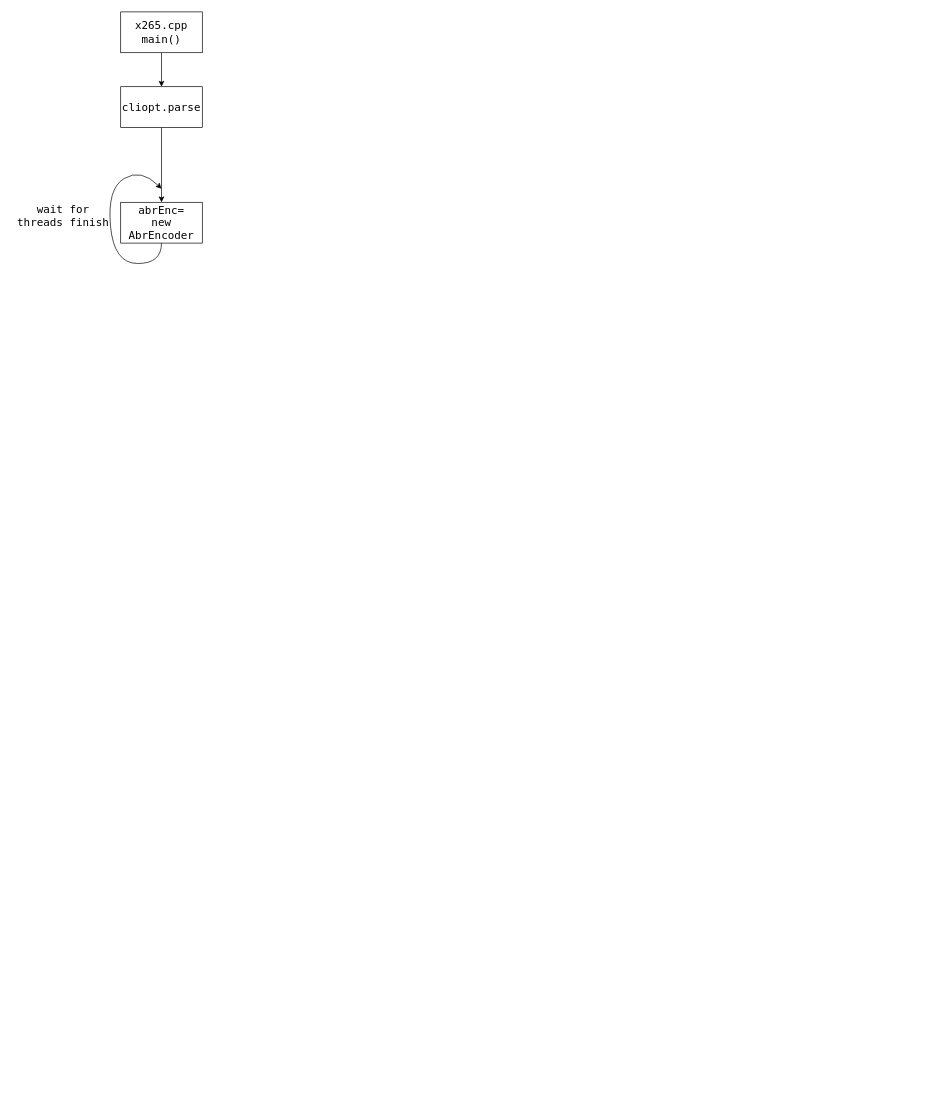
Joeyrr/draw.io keeps this draw.io diagram as XML/compressInterCU.drawio. Above is the earlier version. Source tidied: cells renumbered, new cells numbered last; positions are measured from the earlier drawing's top-left corner, leaving out a move shared by most shapes. Both pictures are drawn from the tidied source at 68%, with x=0, y=0 at pixel (12, 12).
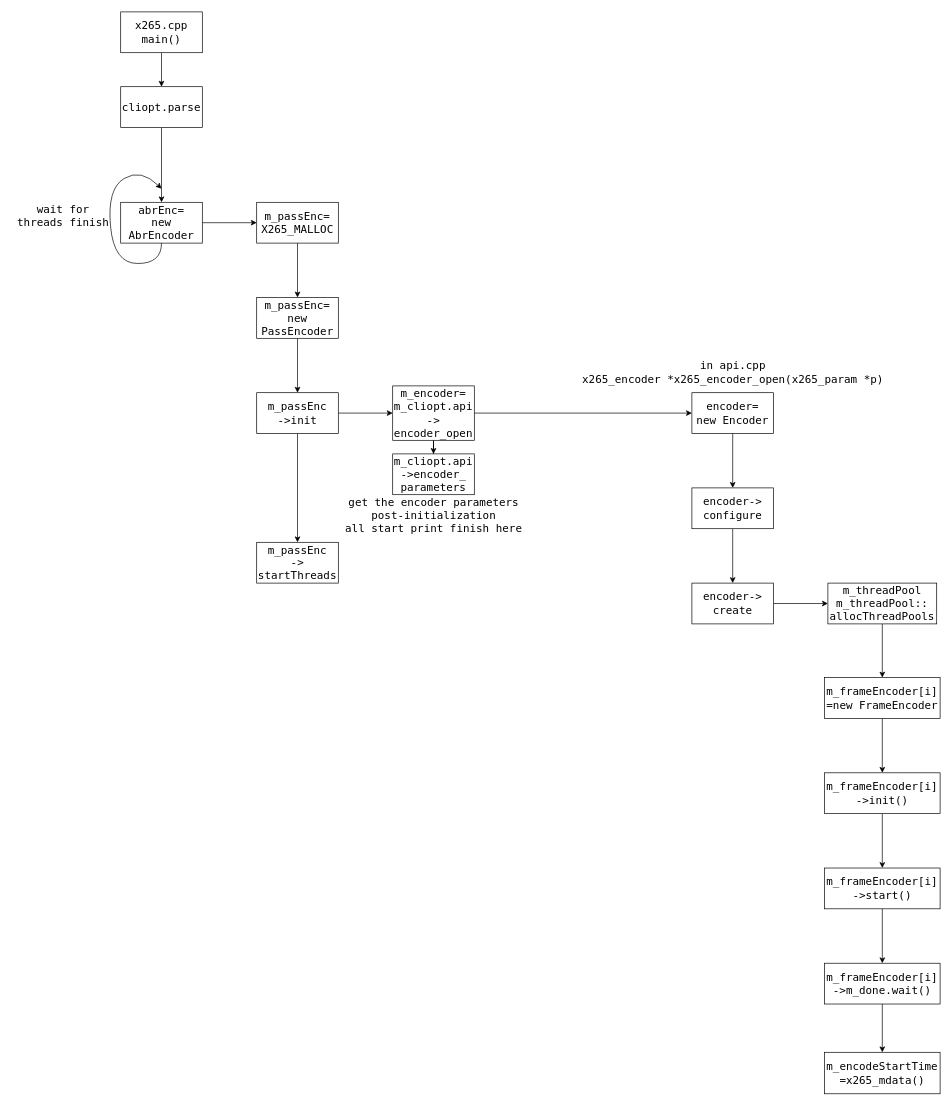
After the change.

The change refers to these unchanged cells:
```xml
<mxCell id="6" value="abrEnc=&lt;br&gt;new AbrEncoder" style="whiteSpace=wrap;html=1;fontSize=16;fontFamily=Lucida Console;rounded=0;" parent="1" vertex="1">
  <mxGeometry x="160" y="280" width="120" height="60" as="geometry" />
</mxCell>
```

The edit, as a diff of the source:
```diff
@@
+    <mxCell id="9" style="edgeStyle=orthogonalEdgeStyle;rounded=0;jettySize=auto;html=1;fontFamily=Lucida Console;fontSize=16;" parent="1" edge="1" source="6" target="11">
+      <mxGeometry relative="1" as="geometry" />
+    </mxCell>
@@
+    <mxCell id="10" style="edgeStyle=orthogonalEdgeStyle;rounded=0;jettySize=auto;html=1;fontFamily=Lucida Console;fontSize=16;" parent="1" edge="1" source="11" target="13">
+      <mxGeometry relative="1" as="geometry" />
+    </mxCell>
+    <mxCell id="11" value="m_passEnc=&lt;br&gt;X265_MALLOC" style="whiteSpace=wrap;html=1;fontSize=16;fontFamily=Lucida Console;rounded=0;" parent="1" vertex="1">
+      <mxGeometry x="360" y="280" width="120" height="60" as="geometry" />
+    </mxCell>
+    <mxCell id="12" style="edgeStyle=orthogonalEdgeStyle;rounded=0;jettySize=auto;html=1;fontFamily=Lucida Console;fontSize=16;" parent="1" edge="1" source="13" target="16">
+      <mxGeometry relative="1" as="geometry" />
+    </mxCell>
+    <mxCell id="13" value="m_passEnc=&lt;br&gt;new&lt;br&gt;PassEncoder" style="whiteSpace=wrap;html=1;fontSize=16;fontFamily=Lucida Console;rounded=0;" parent="1" vertex="1">
+      <mxGeometry x="360" y="420" width="120" height="60" as="geometry" />
+    </mxCell>
+    <mxCell id="14" style="edgeStyle=orthogonalEdgeStyle;rounded=0;jettySize=auto;html=1;fontFamily=Lucida Console;fontSize=16;" parent="1" edge="1" source="16" target="17">
+      <mxGeometry relative="1" as="geometry" />
+    </mxCell>
+    <mxCell id="15" style="edgeStyle=orthogonalEdgeStyle;rounded=0;jettySize=auto;html=1;fontFamily=Lucida Console;fontSize=16;" parent="1" edge="1" source="16" target="20">
+      <mxGeometry relative="1" as="geometry" />
+    </mxCell>
+    <mxCell id="16" value="m_passEnc&lt;br&gt;-&amp;gt;init" style="whiteSpace=wrap;html=1;fontSize=16;fontFamily=Lucida Console;rounded=0;" parent="1" vertex="1">
+      <mxGeometry x="360" y="560" width="120" height="60" as="geometry" />
+    </mxCell>
+    <mxCell id="17" value="m_passEnc&lt;br&gt;-&amp;gt;&lt;br&gt;startThreads" style="whiteSpace=wrap;html=1;fontSize=16;fontFamily=Lucida Console;rounded=0;" parent="1" vertex="1">
+      <mxGeometry x="360" y="780" width="120" height="60" as="geometry" />
+    </mxCell>
+    <mxCell id="18" style="edgeStyle=orthogonalEdgeStyle;rounded=0;jettySize=auto;html=1;fontFamily=Lucida Console;fontSize=16;" parent="1" edge="1" source="20" target="21">
+      <mxGeometry relative="1" as="geometry" />
+    </mxCell>
+    <mxCell id="19" style="edgeStyle=orthogonalEdgeStyle;rounded=0;jettySize=auto;html=1;fontFamily=Lucida Console;fontSize=16;" parent="1" edge="1" source="20" target="24">
+      <mxGeometry relative="1" as="geometry" />
+    </mxCell>
+    <mxCell id="20" value="m_encoder=&lt;br&gt;m_cliopt.api&lt;br&gt;-&amp;gt;&lt;br&gt;encoder_open" style="whiteSpace=wrap;html=1;fontSize=16;fontFamily=Lucida Console;rounded=0;" parent="1" vertex="1">
+      <mxGeometry x="560" y="550" width="120" height="80" as="geometry" />
+    </mxCell>
+    <mxCell id="21" value="m_cliopt.api&lt;br&gt;-&amp;gt;encoder_&lt;br&gt;parameters" style="whiteSpace=wrap;html=1;fontSize=16;fontFamily=Lucida Console;rounded=0;" parent="1" vertex="1">
+      <mxGeometry x="560" y="650" width="120" height="60" as="geometry" />
+    </mxCell>
+    <mxCell id="22" value="get the encoder parameters &lt;br&gt;post-initialization&lt;br&gt;all start print finish here" style="text;html=1;align=center;verticalAlign=middle;fillColor=none;strokeColor=none;rounded=0;fontFamily=Lucida Console;fontSize=16;" parent="1" vertex="1">
+      <mxGeometry x="480" y="710" width="280" height="60" as="geometry" />
+    </mxCell>
+    <mxCell id="23" style="edgeStyle=orthogonalEdgeStyle;rounded=0;jettySize=auto;html=1;fontFamily=Lucida Console;fontSize=16;" parent="1" edge="1" source="24" target="27">
+      <mxGeometry relative="1" as="geometry" />
+    </mxCell>
+    <mxCell id="24" value="encoder=&lt;br&gt;new Encoder" style="whiteSpace=wrap;html=1;fontSize=16;fontFamily=Lucida Console;rounded=0;" parent="1" vertex="1">
+      <mxGeometry x="1000" y="560" width="120" height="60" as="geometry" />
+    </mxCell>
+    <mxCell id="25" value="in api.cpp&lt;br&gt;x265_encoder *x265_encoder_open(x265_param *p)" style="text;html=1;align=center;verticalAlign=middle;fillColor=none;strokeColor=none;rounded=0;fontFamily=Lucida Console;fontSize=16;" parent="1" vertex="1">
+      <mxGeometry x="830" y="510" width="460" height="40" as="geometry" />
+    </mxCell>
+    <mxCell id="26" style="edgeStyle=orthogonalEdgeStyle;rounded=0;jettySize=auto;html=1;fontFamily=Lucida Console;fontSize=16;" parent="1" edge="1" source="27" target="29">
+      <mxGeometry relative="1" as="geometry" />
+    </mxCell>
+    <mxCell id="27" value="encoder-&amp;gt;&lt;br&gt;configure" style="whiteSpace=wrap;html=1;fontSize=16;fontFamily=Lucida Console;rounded=0;" parent="1" vertex="1">
+      <mxGeometry x="1000" y="700" width="120" height="60" as="geometry" />
+    </mxCell>
+    <mxCell id="28" style="edgeStyle=orthogonalEdgeStyle;rounded=0;jettySize=auto;html=1;fontFamily=Lucida Console;fontSize=16;" parent="1" edge="1" source="29" target="31">
+      <mxGeometry relative="1" as="geometry" />
+    </mxCell>
+    <mxCell id="29" value="encoder-&amp;gt;&lt;br&gt;create" style="whiteSpace=wrap;html=1;fontSize=16;fontFamily=Lucida Console;rounded=0;" parent="1" vertex="1">
+      <mxGeometry x="1000" y="840" width="120" height="60" as="geometry" />
+    </mxCell>
+    <mxCell id="30" style="edgeStyle=orthogonalEdgeStyle;rounded=0;jettySize=auto;html=1;fontFamily=Lucida Console;fontSize=16;" parent="1" edge="1" source="31" target="33">
+      <mxGeometry relative="1" as="geometry" />
+    </mxCell>
+    <mxCell id="31" value="m_threadPool&lt;br&gt;m_threadPool::&lt;br&gt;allocThreadPools" style="whiteSpace=wrap;html=1;fontSize=16;fontFamily=Lucida Console;rounded=0;" parent="1" vertex="1">
+      <mxGeometry x="1200" y="840" width="160" height="60" as="geometry" />
+    </mxCell>
+    <mxCell id="32" style="edgeStyle=orthogonalEdgeStyle;rounded=0;jettySize=auto;html=1;fontFamily=Lucida Console;fontSize=16;" parent="1" edge="1" source="33" target="35">
+      <mxGeometry relative="1" as="geometry" />
+    </mxCell>
+    <mxCell id="33" value="m_frameEncoder[i]&lt;br&gt;=new FrameEncoder" style="whiteSpace=wrap;html=1;fontSize=16;fontFamily=Lucida Console;rounded=0;" parent="1" vertex="1">
+      <mxGeometry x="1195" y="979" width="170" height="60" as="geometry" />
+    </mxCell>
+    <mxCell id="34" style="edgeStyle=orthogonalEdgeStyle;rounded=0;jettySize=auto;html=1;fontFamily=Lucida Console;fontSize=16;" parent="1" edge="1" source="35" target="37">
+      <mxGeometry relative="1" as="geometry" />
+    </mxCell>
+    <mxCell id="35" value="m_frameEncoder[i]&lt;br&gt;-&amp;gt;init()" style="whiteSpace=wrap;html=1;fontSize=16;fontFamily=Lucida Console;rounded=0;" parent="1" vertex="1">
+      <mxGeometry x="1195" y="1119" width="170" height="60" as="geometry" />
+    </mxCell>
+    <mxCell id="36" style="edgeStyle=orthogonalEdgeStyle;rounded=0;jettySize=auto;html=1;fontFamily=Lucida Console;fontSize=16;" parent="1" edge="1" source="37" target="39">
+      <mxGeometry relative="1" as="geometry" />
+    </mxCell>
+    <mxCell id="37" value="m_frameEncoder[i]&lt;br&gt;-&amp;gt;start()" style="whiteSpace=wrap;html=1;fontSize=16;fontFamily=Lucida Console;rounded=0;" parent="1" vertex="1">
+      <mxGeometry x="1195" y="1259" width="170" height="60" as="geometry" />
+    </mxCell>
+    <mxCell id="38" style="edgeStyle=orthogonalEdgeStyle;rounded=0;jettySize=auto;html=1;fontFamily=Lucida Console;fontSize=16;" parent="1" edge="1" source="39" target="40">
+      <mxGeometry relative="1" as="geometry" />
+    </mxCell>
+    <mxCell id="39" value="m_frameEncoder[i]&lt;br&gt;-&amp;gt;m_done.wait()" style="whiteSpace=wrap;html=1;fontSize=16;fontFamily=Lucida Console;rounded=0;" parent="1" vertex="1">
+      <mxGeometry x="1195" y="1399" width="170" height="60" as="geometry" />
+    </mxCell>
+    <mxCell id="40" value="m_encodeStartTime&lt;br&gt;=x265_mdata()" style="whiteSpace=wrap;html=1;fontSize=16;fontFamily=Lucida Console;rounded=0;" parent="1" vertex="1">
+      <mxGeometry x="1195" y="1530" width="170" height="61" as="geometry" />
+    </mxCell>
```
